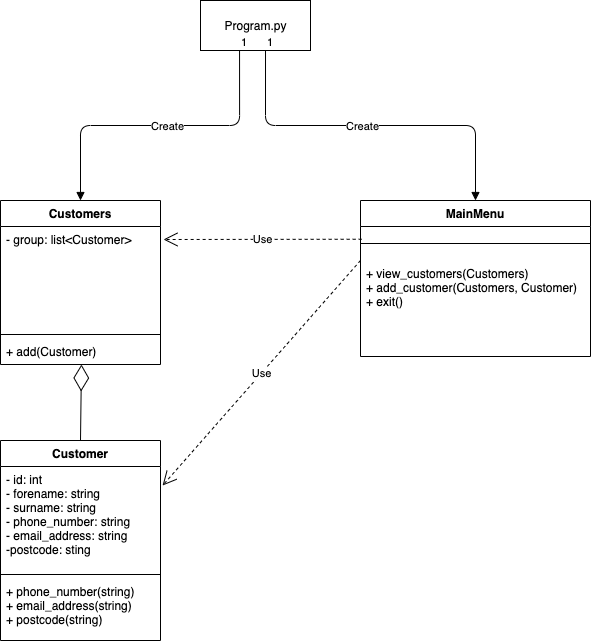
Before: class_diagram.drawio.png, a diagram exported from draw.io (miyazakimaiko/Customer_Management_Console_App). Source tidied: cells renumbered, new cells last; positions are measured from the earlier drawing's top-left corner, leaving out a move shared by most shapes. The source it was exported from:
```xml
<mxGraphModel>
  <root>
    <mxCell id="0" />
    <mxCell id="1" parent="0" />
    <mxCell id="2" value="Customer" style="swimlane;fontStyle=1;align=center;verticalAlign=top;horizontal=1;startSize=26;" parent="1" vertex="1">
      <mxGeometry y="440" width="160" height="200" as="geometry" />
    </mxCell>
    <mxCell id="3" value="- id: int&#10;- forename: string&#10;- surname: string&#10;- phone_number: string&#10;- email_address: string&#10;-postcode: sting" style="text;strokeColor=none;fillColor=none;align=left;verticalAlign=top;spacingLeft=4;spacingRight=4;overflow=hidden;points=[[0,0.5],[1,0.5]];portConstraint=eastwest;" parent="2" vertex="1">
      <mxGeometry y="26" width="160" height="104" as="geometry" />
    </mxCell>
    <mxCell id="4" style="line;strokeWidth=1;fillColor=none;align=left;verticalAlign=middle;spacingTop=-1;spacingLeft=3;spacingRight=3;labelPosition=right;" parent="2" vertex="1">
      <mxGeometry y="130" width="160" height="8" as="geometry" />
    </mxCell>
    <mxCell id="5" value="+ phone_number(string)&#10;+ email_address(string)&#10;+ postcode(string)&#10;" style="text;strokeColor=none;fillColor=none;align=left;verticalAlign=top;spacingLeft=4;spacingRight=4;overflow=hidden;" parent="2" vertex="1">
      <mxGeometry y="138" width="160" height="62" as="geometry" />
    </mxCell>
    <mxCell id="6" value="Customers" style="swimlane;fontStyle=1;align=center;verticalAlign=top;horizontal=1;startSize=26;" parent="1" vertex="1">
      <mxGeometry y="200" width="160" height="164" as="geometry" />
    </mxCell>
    <mxCell id="7" value="- group: list&lt;Customer&gt;" style="text;strokeColor=none;fillColor=none;align=left;verticalAlign=top;spacingLeft=4;spacingRight=4;overflow=hidden;" parent="6" vertex="1">
      <mxGeometry y="26" width="160" height="104" as="geometry" />
    </mxCell>
    <mxCell id="8" style="line;strokeWidth=1;fillColor=none;align=left;verticalAlign=middle;spacingTop=-1;spacingLeft=3;spacingRight=3;labelPosition=right;" parent="6" vertex="1">
      <mxGeometry y="130" width="160" height="8" as="geometry" />
    </mxCell>
    <mxCell id="9" value="+ add(Customer)" style="text;strokeColor=none;fillColor=none;align=left;verticalAlign=top;spacingLeft=4;spacingRight=4;overflow=hidden;points=[[0,0.5],[1,0.5]];portConstraint=eastwest;" parent="6" vertex="1">
      <mxGeometry y="138" width="160" height="26" as="geometry" />
    </mxCell>
    <mxCell id="10" style="endArrow=diamondThin;endFill=0;endSize=24;html=1;exitX=0.5;exitY=0;exitDx=0;exitDy=0;entryX=0.506;entryY=1;entryDx=0;entryDy=0;entryPerimeter=0;" parent="1" edge="1" source="2" target="9">
      <mxGeometry relative="1" as="geometry" />
    </mxCell>
    <mxCell id="11" value="Program.py" style="html=1;" parent="1" vertex="1">
      <mxGeometry x="200" width="110" height="50" as="geometry" />
    </mxCell>
    <mxCell id="12" style="endArrow=block;endFill=1;html=1;edgeStyle=orthogonalEdgeStyle;align=left;verticalAlign=top;exitX=0.355;exitY=1;exitDx=0;exitDy=0;exitPerimeter=0;entryX=0.5;entryY=0;entryDx=0;entryDy=0;" parent="1" edge="1" source="11" target="6">
      <mxGeometry x="-0.07" relative="1" as="geometry" />
    </mxCell>
    <mxCell id="13" value="1" style="edgeLabel;html=1;align=left;verticalAlign=bottom;" parent="12" vertex="1">
      <mxGeometry x="-1" relative="1" as="geometry" />
    </mxCell>
    <mxCell id="14" value="Create" style="edgeLabel;html=1;align=center;verticalAlign=middle;" parent="12" vertex="1">
      <mxGeometry x="-0.04" relative="1" as="geometry" />
    </mxCell>
    <mxCell id="15" value="MainMenu" style="swimlane;fontStyle=1;align=center;verticalAlign=top;horizontal=1;startSize=26;" parent="1" vertex="1">
      <mxGeometry x="360" y="200" width="230" height="156" as="geometry" />
    </mxCell>
    <mxCell id="16" style="line;strokeWidth=1;fillColor=none;align=left;verticalAlign=middle;spacingTop=-1;spacingLeft=3;spacingRight=3;labelPosition=right;points=[];portConstraint=eastwest;" parent="15" vertex="1">
      <mxGeometry y="26" width="230" height="34" as="geometry" />
    </mxCell>
    <mxCell id="17" value="+ view_customers(Customers)&#10;+ add_customer(Customers, Customer)&#10;+ exit()" style="text;strokeColor=none;fillColor=none;align=left;verticalAlign=top;spacingLeft=4;spacingRight=4;overflow=hidden;" parent="15" vertex="1">
      <mxGeometry y="60" width="230" height="96" as="geometry" />
    </mxCell>
    <mxCell id="18" value="Use" style="endArrow=open;endSize=12;dashed=1;html=1;exitX=0.005;exitY=0.375;exitDx=0;exitDy=0;exitPerimeter=0;" parent="1" edge="1" source="16">
      <mxGeometry relative="1" as="geometry">
        <mxPoint x="163" y="239" as="targetPoint" />
      </mxGeometry>
    </mxCell>
    <mxCell id="19" style="endArrow=block;endFill=1;html=1;edgeStyle=orthogonalEdgeStyle;align=left;verticalAlign=top;exitX=0.591;exitY=1;exitDx=0;exitDy=0;exitPerimeter=0;entryX=0.5;entryY=0;entryDx=0;entryDy=0;" parent="1" edge="1" source="11" target="15">
      <mxGeometry x="-0.07" relative="1" as="geometry" />
    </mxCell>
    <mxCell id="20" value="1" style="edgeLabel;html=1;align=left;verticalAlign=bottom;" parent="19" vertex="1">
      <mxGeometry x="-1" relative="1" as="geometry" />
    </mxCell>
    <mxCell id="21" value="Create" style="edgeLabel;html=1;align=center;verticalAlign=middle;" parent="19" vertex="1">
      <mxGeometry x="-0.04" relative="1" as="geometry" />
    </mxCell>
    <mxCell id="22" value="Use" style="endArrow=open;endSize=12;dashed=1;html=1;entryX=1.013;entryY=0.183;entryDx=0;entryDy=0;entryPerimeter=0;" parent="1" edge="1" target="3">
      <mxGeometry relative="1" as="geometry">
        <mxPoint x="360" y="260" as="sourcePoint" />
      </mxGeometry>
    </mxCell>
  </root>
</mxGraphModel>
```
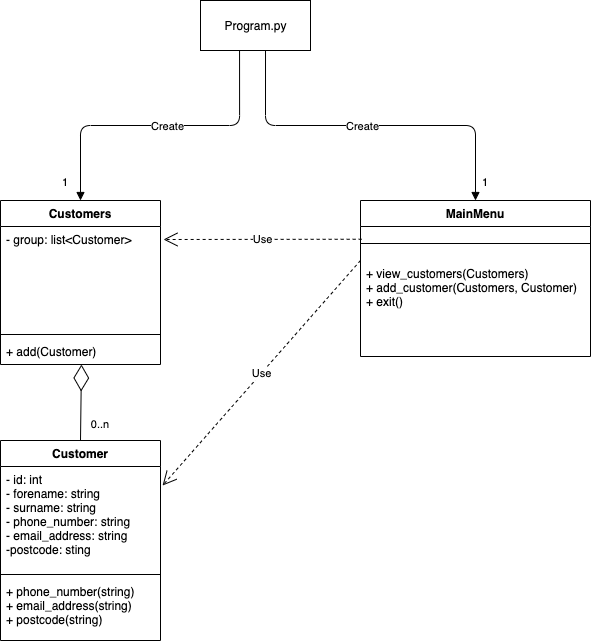
After the change.

Change to the diagram source:
```diff
@@ -29,6 +29,11 @@
     <mxCell id="10" style="endArrow=diamondThin;endFill=0;endSize=24;html=1;exitX=0.5;exitY=0;exitDx=0;exitDy=0;entryX=0.506;entryY=1;entryDx=0;entryDy=0;entryPerimeter=0;" parent="1" edge="1" source="2" target="9">
       <mxGeometry relative="1" as="geometry" />
     </mxCell>
+    <mxCell id="23" value="0..n&amp;nbsp;" style="edgeLabel;html=1;align=center;verticalAlign=middle;" parent="10" vertex="1">
+      <mxGeometry x="-0.55" relative="1" as="geometry">
+        <mxPoint x="20" as="offset" />
+      </mxGeometry>
+    </mxCell>
     <mxCell id="11" value="Program.py" style="html=1;" parent="1" vertex="1">
       <mxGeometry x="200" width="110" height="50" as="geometry" />
     </mxCell>
@@ -36,7 +41,9 @@
       <mxGeometry x="-0.07" relative="1" as="geometry" />
     </mxCell>
     <mxCell id="13" value="1" style="edgeLabel;html=1;align=left;verticalAlign=bottom;" parent="12" vertex="1">
-      <mxGeometry x="-1" relative="1" as="geometry" />
+      <mxGeometry x="-1" relative="1" as="geometry">
+        <mxPoint x="-179" y="140" as="offset" />
+      </mxGeometry>
     </mxCell>
     <mxCell id="14" value="Create" style="edgeLabel;html=1;align=center;verticalAlign=middle;" parent="12" vertex="1">
       <mxGeometry x="-0.04" relative="1" as="geometry" />
@@ -59,7 +66,9 @@
       <mxGeometry x="-0.07" relative="1" as="geometry" />
     </mxCell>
     <mxCell id="20" value="1" style="edgeLabel;html=1;align=left;verticalAlign=bottom;" parent="19" vertex="1">
-      <mxGeometry x="-1" relative="1" as="geometry" />
+      <mxGeometry x="-1" relative="1" as="geometry">
+        <mxPoint x="215" y="140" as="offset" />
+      </mxGeometry>
     </mxCell>
     <mxCell id="21" value="Create" style="edgeLabel;html=1;align=center;verticalAlign=middle;" parent="19" vertex="1">
       <mxGeometry x="-0.04" relative="1" as="geometry" />
```
